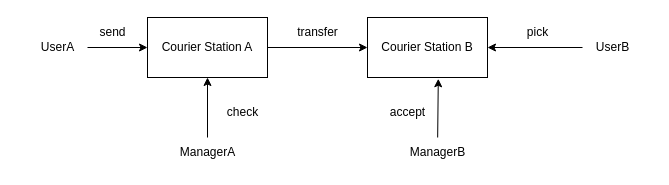
AllenYGY/DataBase-Management-System-Project keeps this draw.io diagram as Project/Draw/process.drawio. Above is the earlier version. Source tidied: cells renumbered, new cells numbered last; positions are measured from the earlier drawing's top-left corner, leaving out a move shared by most shapes. Both pictures are drawn from the tidied source at 100%, with x=0, y=0 at pixel (27, 17).
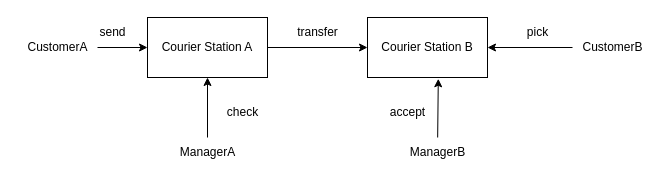
The same diagram, later.

Change to the diagram source:
```diff
@@
 <mxGraphModel>
   <root>
     <mxCell id="0" />
     <mxCell id="1" parent="0" />
     <mxCell id="2" style="edgeStyle=none;html=1;exitX=1;exitY=0.5;exitDx=0;exitDy=0;entryX=0;entryY=0.5;entryDx=0;entryDy=0;" parent="1" edge="1" source="3" target="6">
       <mxGeometry relative="1" as="geometry" />
     </mxCell>
     <mxCell id="3" value="Courier Station A" style="whiteSpace=wrap;html=1;" parent="1" vertex="1">
       <mxGeometry x="120" width="120" height="60" as="geometry" />
     </mxCell>
     <mxCell id="4" style="edgeStyle=none;html=1;entryX=0;entryY=0.5;entryDx=0;entryDy=0;" parent="1" edge="1" source="5" target="3">
       <mxGeometry relative="1" as="geometry" />
     </mxCell>
-    <mxCell id="5" value="UserA" style="text;html=1;align=center;verticalAlign=middle;points=[];strokeColor=none;fillColor=none;" parent="1" vertex="1">
-      <mxGeometry y="15" width="60" height="30" as="geometry" />
+    <mxCell id="5" value="CustomerA" style="text;html=1;align=center;verticalAlign=middle;points=[];strokeColor=none;fillColor=none;" parent="1" vertex="1">
+      <mxGeometry x="-10" y="15" width="80" height="30" as="geometry" />
     </mxCell>
     <mxCell id="6" value="Courier Station B" style="whiteSpace=wrap;html=1;" parent="1" vertex="1">
       <mxGeometry x="340" width="120" height="60" as="geometry" />
     </mxCell>
     <mxCell id="7" style="edgeStyle=none;html=1;entryX=1;entryY=0.5;entryDx=0;entryDy=0;" parent="1" edge="1" source="8" target="6">
       <mxGeometry relative="1" as="geometry" />
     </mxCell>
-    <mxCell id="8" value="UserB" style="text;html=1;align=center;verticalAlign=middle;points=[];strokeColor=none;fillColor=none;" parent="1" vertex="1">
-      <mxGeometry x="555" y="15" width="60" height="30" as="geometry" />
+    <mxCell id="8" value="CustomerB" style="text;html=1;align=center;verticalAlign=middle;points=[];strokeColor=none;fillColor=none;" parent="1" vertex="1">
+      <mxGeometry x="545" y="15" width="80" height="30" as="geometry" />
     </mxCell>
     <mxCell id="9" style="edgeStyle=none;html=1;entryX=0.5;entryY=1;entryDx=0;entryDy=0;" parent="1" edge="1" source="10" target="3">
       <mxGeometry relative="1" as="geometry" />
     </mxCell>
     <mxCell id="10" value="ManagerA" style="text;html=1;align=center;verticalAlign=middle;points=[];strokeColor=none;fillColor=none;" parent="1" vertex="1">
       <mxGeometry x="140" y="120" width="80" height="30" as="geometry" />
     </mxCell>
     <mxCell id="11" style="edgeStyle=none;html=1;entryX=0.59;entryY=1.021;entryDx=0;entryDy=0;entryPerimeter=0;" parent="1" edge="1" source="12" target="6">
       <mxGeometry relative="1" as="geometry" />
     </mxCell>
     <mxCell id="12" value="ManagerB" style="text;html=1;align=center;verticalAlign=middle;points=[];strokeColor=none;fillColor=none;" parent="1" vertex="1">
       <mxGeometry x="370" y="120" width="80" height="30" as="geometry" />
     </mxCell>
     <mxCell id="13" value="check" style="text;html=1;align=center;verticalAlign=middle;strokeColor=none;fillColor=none;" parent="1" vertex="1">
       <mxGeometry x="190" y="80" width="50" height="30" as="geometry" />
     </mxCell>
     <mxCell id="14" value="accept" style="text;html=1;align=center;verticalAlign=middle;strokeColor=none;fillColor=none;" parent="1" vertex="1">
       <mxGeometry x="350" y="80" width="60" height="30" as="geometry" />
     </mxCell>
     <mxCell id="15" value="send" style="text;html=1;align=center;verticalAlign=middle;strokeColor=none;fillColor=none;" parent="1" vertex="1">
       <mxGeometry x="60" width="50" height="30" as="geometry" />
     </mxCell>
     <mxCell id="16" value="pick" style="text;html=1;align=center;verticalAlign=middle;strokeColor=none;fillColor=none;" parent="1" vertex="1">
       <mxGeometry x="490" width="40" height="30" as="geometry" />
     </mxCell>
     <mxCell id="17" value="transfer" style="text;html=1;align=center;verticalAlign=middle;strokeColor=none;fillColor=none;" parent="1" vertex="1">
       <mxGeometry x="260" width="60" height="30" as="geometry" />
     </mxCell>
   </root>
 </mxGraphModel>
```
